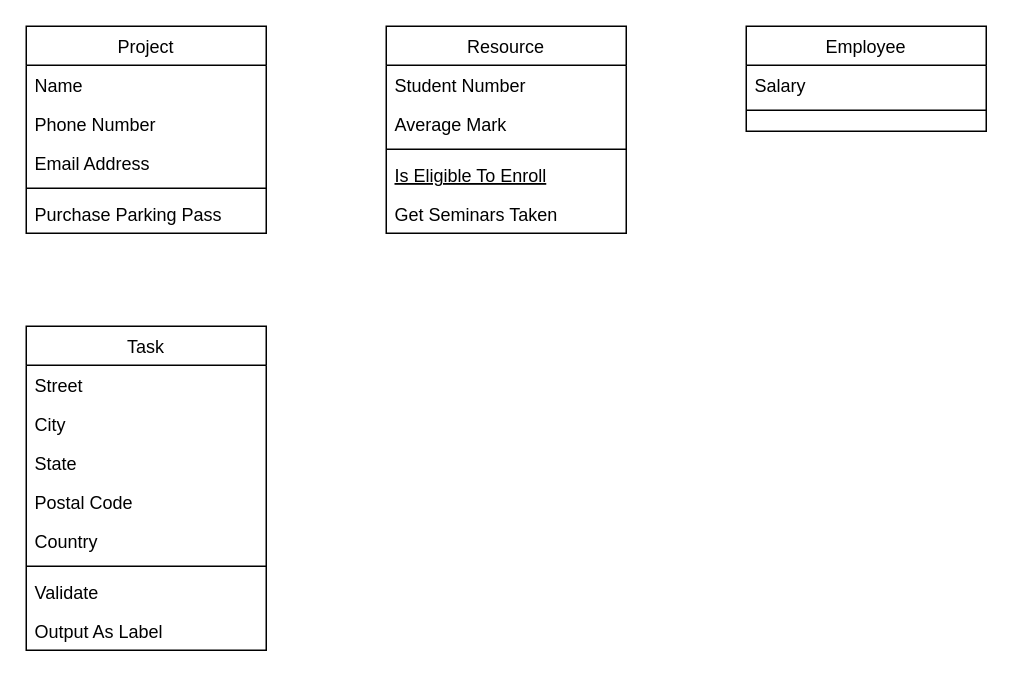
Earlier version of the draw.io diagram Untitled Diagram.drawio (rkaznouski/wallet). Source tidied: cells renumbered, new cells numbered last; positions are measured from the earlier drawing's top-left corner, leaving out a move shared by most shapes. Both pictures are drawn from the tidied source at 150%, with x=0, y=0 at pixel (26, 26).
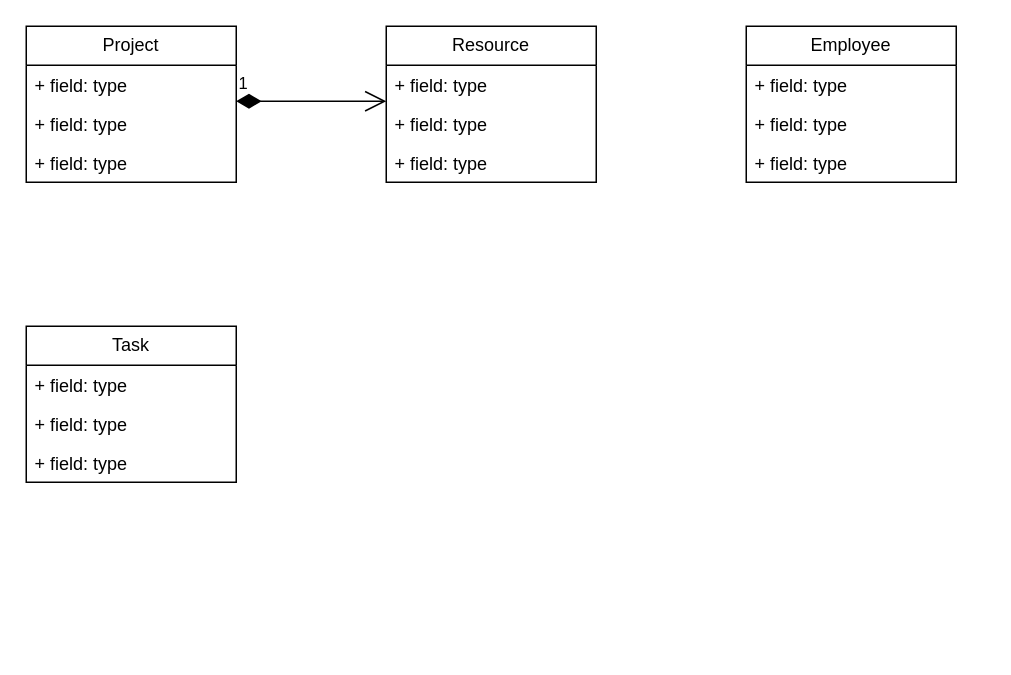
The same diagram, later.

Change to the diagram source:
```diff
@@
-    <mxCell id="2" value="Project" style="swimlane;fontStyle=0;align=center;verticalAlign=top;horizontal=1;startSize=26;rounded=0;shadow=0;strokeWidth=1;" parent="1" vertex="1">
-      <mxGeometry width="160" height="138" as="geometry" />
+    <mxCell id="2" value="Project" style="swimlane;fontStyle=0;horizontal=1;startSize=26;fillColor=none;whiteSpace=wrap;html=1;" parent="1" vertex="1">
+      <mxGeometry width="140" height="104" as="geometry" />
     </mxCell>
-    <mxCell id="3" value="Name" style="text;align=left;verticalAlign=top;spacingLeft=4;spacingRight=4;overflow=hidden;" parent="2" vertex="1">
-      <mxGeometry y="26" width="160" height="26" as="geometry" />
-    </mxCell>
-    <mxCell id="4" value="Phone Number" style="text;align=left;verticalAlign=top;spacingLeft=4;spacingRight=4;overflow=hidden;rounded=0;shadow=0;html=0;" parent="2" vertex="1">
-      <mxGeometry y="52" width="160" height="26" as="geometry" />
-    </mxCell>
-    <mxCell id="5" value="Email Address" style="text;align=left;verticalAlign=top;spacingLeft=4;spacingRight=4;overflow=hidden;rounded=0;shadow=0;html=0;" parent="2" vertex="1">
-      <mxGeometry y="78" width="160" height="26" as="geometry" />
-    </mxCell>
-    <mxCell id="6" style="line;html=1;strokeWidth=1;align=left;verticalAlign=middle;spacingTop=-1;spacingLeft=3;spacingRight=3;labelPosition=right;" parent="2" vertex="1">
-      <mxGeometry y="104" width="160" height="8" as="geometry" />
-    </mxCell>
-    <mxCell id="7" value="Purchase Parking Pass" style="text;align=left;verticalAlign=top;spacingLeft=4;spacingRight=4;overflow=hidden;" parent="2" vertex="1">
-      <mxGeometry y="112" width="160" height="26" as="geometry" />
-    </mxCell>
+    <mxCell id="26" value="+ field: type" style="text;strokeColor=none;fillColor=none;align=left;verticalAlign=top;spacingLeft=4;spacingRight=4;overflow=hidden;whiteSpace=wrap;html=1;" parent="2" vertex="1">
+      <mxGeometry y="26" width="140" height="26" as="geometry" />
+    </mxCell>
+    <mxCell id="27" value="+ field: type" style="text;strokeColor=none;fillColor=none;align=left;verticalAlign=top;spacingLeft=4;spacingRight=4;overflow=hidden;whiteSpace=wrap;html=1;" parent="2" vertex="1">
+      <mxGeometry y="52" width="140" height="26" as="geometry" />
+    </mxCell>
+    <mxCell id="28" value="+ field: type" style="text;strokeColor=none;fillColor=none;align=left;verticalAlign=top;spacingLeft=4;spacingRight=4;overflow=hidden;whiteSpace=wrap;html=1;" parent="2" vertex="1">
+      <mxGeometry y="78" width="140" height="26" as="geometry" />
+    </mxCell>
+    <mxCell id="29" value="1" style="endArrow=open;html=1;endSize=12;startArrow=diamondThin;startSize=14;startFill=1;edgeStyle=orthogonalEdgeStyle;align=left;verticalAlign=bottom;rounded=0;" parent="1" edge="1">
+      <mxGeometry x="-1" y="3" relative="1" as="geometry">
+        <mxPoint x="140" y="50" as="sourcePoint" />
+        <mxPoint x="240" y="50" as="targetPoint" />
+      </mxGeometry>
+    </mxCell>
-    <mxCell id="8" value="Resource" style="swimlane;fontStyle=0;align=center;verticalAlign=top;horizontal=1;startSize=26;rounded=0;shadow=0;strokeWidth=1;" parent="1" vertex="1">
-      <mxGeometry x="240" width="160" height="138" as="geometry" />
+    <mxCell id="8" value="Resource" style="swimlane;fontStyle=0;horizontal=1;startSize=26;fillColor=none;whiteSpace=wrap;html=1;" parent="1" vertex="1">
+      <mxGeometry x="240" width="140" height="104" as="geometry" />
     </mxCell>
-    <mxCell id="9" value="Student Number" style="text;align=left;verticalAlign=top;spacingLeft=4;spacingRight=4;overflow=hidden;" parent="8" vertex="1">
-      <mxGeometry y="26" width="160" height="26" as="geometry" />
-    </mxCell>
-    <mxCell id="10" value="Average Mark" style="text;align=left;verticalAlign=top;spacingLeft=4;spacingRight=4;overflow=hidden;rounded=0;shadow=0;html=0;" parent="8" vertex="1">
-      <mxGeometry y="52" width="160" height="26" as="geometry" />
-    </mxCell>
-    <mxCell id="11" style="line;html=1;strokeWidth=1;align=left;verticalAlign=middle;spacingTop=-1;spacingLeft=3;spacingRight=3;labelPosition=right;" parent="8" vertex="1">
-      <mxGeometry y="78" width="160" height="8" as="geometry" />
-    </mxCell>
-    <mxCell id="12" value="Is Eligible To Enroll" style="text;align=left;verticalAlign=top;spacingLeft=4;spacingRight=4;overflow=hidden;fontStyle=4;" parent="8" vertex="1">
-      <mxGeometry y="86" width="160" height="26" as="geometry" />
-    </mxCell>
-    <mxCell id="13" value="Get Seminars Taken" style="text;align=left;verticalAlign=top;spacingLeft=4;spacingRight=4;overflow=hidden;" parent="8" vertex="1">
-      <mxGeometry y="112" width="160" height="26" as="geometry" />
-    </mxCell>
+    <mxCell id="30" value="+ field: type" style="text;strokeColor=none;fillColor=none;align=left;verticalAlign=top;spacingLeft=4;spacingRight=4;overflow=hidden;whiteSpace=wrap;html=1;" parent="8" vertex="1">
+      <mxGeometry y="26" width="140" height="26" as="geometry" />
+    </mxCell>
+    <mxCell id="31" value="+ field: type" style="text;strokeColor=none;fillColor=none;align=left;verticalAlign=top;spacingLeft=4;spacingRight=4;overflow=hidden;whiteSpace=wrap;html=1;" parent="8" vertex="1">
+      <mxGeometry y="52" width="140" height="26" as="geometry" />
+    </mxCell>
+    <mxCell id="32" value="+ field: type" style="text;strokeColor=none;fillColor=none;align=left;verticalAlign=top;spacingLeft=4;spacingRight=4;overflow=hidden;whiteSpace=wrap;html=1;" parent="8" vertex="1">
+      <mxGeometry y="78" width="140" height="26" as="geometry" />
+    </mxCell>
-    <mxCell id="14" value="Employee" style="swimlane;fontStyle=0;align=center;verticalAlign=top;horizontal=1;startSize=26;rounded=0;shadow=0;strokeWidth=1;" parent="1" vertex="1">
-      <mxGeometry x="480" width="160" height="70" as="geometry" />
+    <mxCell id="14" value="Employee" style="swimlane;fontStyle=0;horizontal=1;startSize=26;fillColor=none;whiteSpace=wrap;html=1;" parent="1" vertex="1">
+      <mxGeometry x="480" width="140" height="104" as="geometry" />
     </mxCell>
-    <mxCell id="15" value="Salary" style="text;align=left;verticalAlign=top;spacingLeft=4;spacingRight=4;overflow=hidden;" parent="14" vertex="1">
-      <mxGeometry y="26" width="160" height="26" as="geometry" />
-    </mxCell>
-    <mxCell id="16" style="line;html=1;strokeWidth=1;align=left;verticalAlign=middle;spacingTop=-1;spacingLeft=3;spacingRight=3;labelPosition=right;" parent="14" vertex="1">
-      <mxGeometry y="52" width="160" height="8" as="geometry" />
-    </mxCell>
+    <mxCell id="33" value="+ field: type" style="text;strokeColor=none;fillColor=none;align=left;verticalAlign=top;spacingLeft=4;spacingRight=4;overflow=hidden;whiteSpace=wrap;html=1;" parent="14" vertex="1">
+      <mxGeometry y="26" width="140" height="26" as="geometry" />
+    </mxCell>
+    <mxCell id="34" value="+ field: type" style="text;strokeColor=none;fillColor=none;align=left;verticalAlign=top;spacingLeft=4;spacingRight=4;overflow=hidden;whiteSpace=wrap;html=1;" parent="14" vertex="1">
+      <mxGeometry y="52" width="140" height="26" as="geometry" />
+    </mxCell>
+    <mxCell id="35" value="+ field: type" style="text;strokeColor=none;fillColor=none;align=left;verticalAlign=top;spacingLeft=4;spacingRight=4;overflow=hidden;whiteSpace=wrap;html=1;" parent="14" vertex="1">
+      <mxGeometry y="78" width="140" height="26" as="geometry" />
+    </mxCell>
-    <mxCell id="17" value="Task" style="swimlane;fontStyle=0;align=center;verticalAlign=top;horizontal=1;startSize=26;rounded=0;shadow=0;strokeWidth=1;" parent="1" vertex="1">
-      <mxGeometry y="200" width="160" height="216" as="geometry" />
+    <mxCell id="17" value="Task" style="swimlane;fontStyle=0;horizontal=1;startSize=26;fillColor=none;whiteSpace=wrap;html=1;" parent="1" vertex="1">
+      <mxGeometry y="200" width="140" height="104" as="geometry" />
     </mxCell>
-    <mxCell id="18" value="Street" style="text;align=left;verticalAlign=top;spacingLeft=4;spacingRight=4;overflow=hidden;" parent="17" vertex="1">
-      <mxGeometry y="26" width="160" height="26" as="geometry" />
-    </mxCell>
-    <mxCell id="19" value="City" style="text;align=left;verticalAlign=top;spacingLeft=4;spacingRight=4;overflow=hidden;rounded=0;shadow=0;html=0;" parent="17" vertex="1">
-      <mxGeometry y="52" width="160" height="26" as="geometry" />
-    </mxCell>
-    <mxCell id="20" value="State" style="text;align=left;verticalAlign=top;spacingLeft=4;spacingRight=4;overflow=hidden;rounded=0;shadow=0;html=0;" parent="17" vertex="1">
-      <mxGeometry y="78" width="160" height="26" as="geometry" />
-    </mxCell>
-    <mxCell id="21" value="Postal Code" style="text;align=left;verticalAlign=top;spacingLeft=4;spacingRight=4;overflow=hidden;rounded=0;shadow=0;html=0;" parent="17" vertex="1">
-      <mxGeometry y="104" width="160" height="26" as="geometry" />
-    </mxCell>
-    <mxCell id="22" value="Country" style="text;align=left;verticalAlign=top;spacingLeft=4;spacingRight=4;overflow=hidden;rounded=0;shadow=0;html=0;" parent="17" vertex="1">
-      <mxGeometry y="130" width="160" height="26" as="geometry" />
-    </mxCell>
-    <mxCell id="23" style="line;html=1;strokeWidth=1;align=left;verticalAlign=middle;spacingTop=-1;spacingLeft=3;spacingRight=3;labelPosition=right;" parent="17" vertex="1">
-      <mxGeometry y="156" width="160" height="8" as="geometry" />
-    </mxCell>
-    <mxCell id="24" value="Validate" style="text;align=left;verticalAlign=top;spacingLeft=4;spacingRight=4;overflow=hidden;" parent="17" vertex="1">
-      <mxGeometry y="164" width="160" height="26" as="geometry" />
-    </mxCell>
-    <mxCell id="25" value="Output As Label" style="text;align=left;verticalAlign=top;spacingLeft=4;spacingRight=4;overflow=hidden;" parent="17" vertex="1">
-      <mxGeometry y="190" width="160" height="26" as="geometry" />
-    </mxCell>
+    <mxCell id="36" value="+ field: type" style="text;strokeColor=none;fillColor=none;align=left;verticalAlign=top;spacingLeft=4;spacingRight=4;overflow=hidden;whiteSpace=wrap;html=1;" parent="17" vertex="1">
+      <mxGeometry y="26" width="140" height="26" as="geometry" />
+    </mxCell>
+    <mxCell id="37" value="+ field: type" style="text;strokeColor=none;fillColor=none;align=left;verticalAlign=top;spacingLeft=4;spacingRight=4;overflow=hidden;whiteSpace=wrap;html=1;" parent="17" vertex="1">
+      <mxGeometry y="52" width="140" height="26" as="geometry" />
+    </mxCell>
+    <mxCell id="38" value="+ field: type" style="text;strokeColor=none;fillColor=none;align=left;verticalAlign=top;spacingLeft=4;spacingRight=4;overflow=hidden;whiteSpace=wrap;html=1;" parent="17" vertex="1">
+      <mxGeometry y="78" width="140" height="26" as="geometry" />
+    </mxCell>
```
